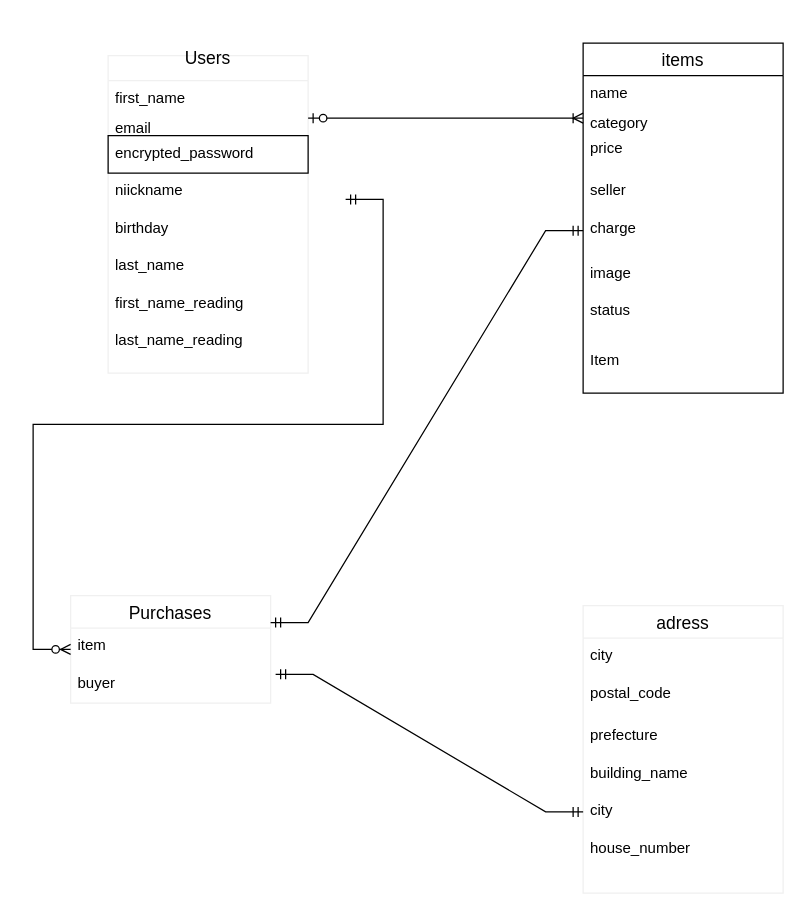
Before: test.dio in 1090dopl/furima-37280, a draw.io diagram. Source tidied: cells renumbered, new cells numbered last; positions are measured from the earlier drawing's top-left corner, leaving out a move shared by most shapes. Both pictures are drawn from the tidied source at 125%, with x=0, y=0 at pixel (70, 42).
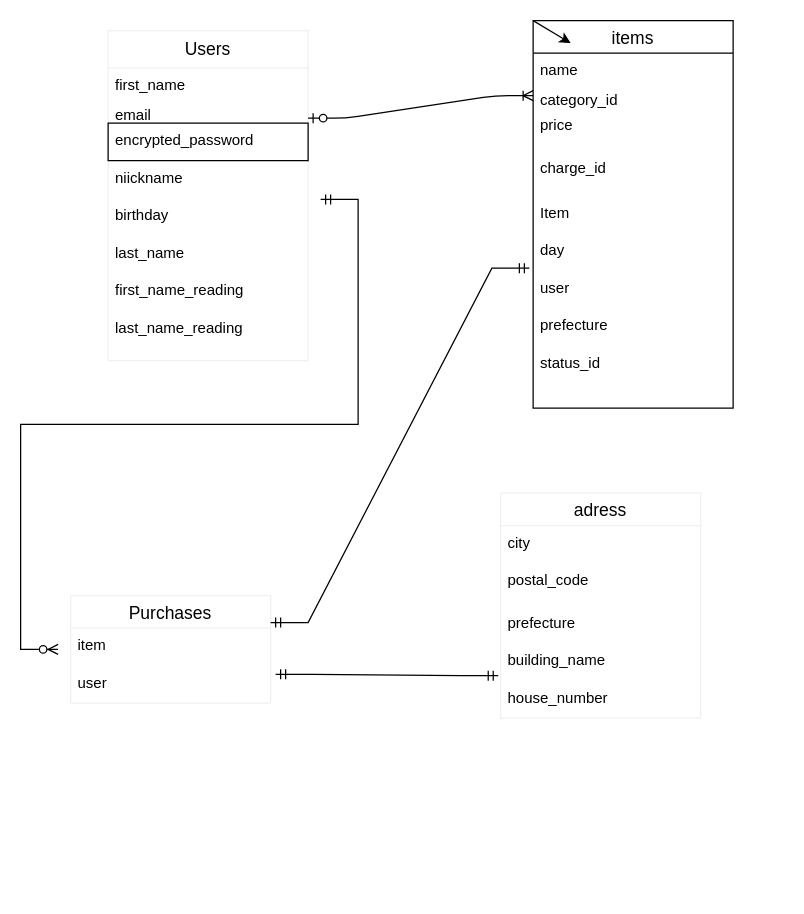
Above is the later version.

The change refers to these unchanged cells:
```xml
<mxCell id="2" value="Purchases" style="swimlane;fontStyle=0;horizontal=1;startSize=26;align=center;fontSize=14;strokeColor=#F0F0F0;strokeWidth=1;fillColor=none;" parent="1" vertex="1">
  <mxGeometry y="442" width="160" height="86" as="geometry" />
</mxCell>
<mxCell id="9" value="building_name" style="text;strokeColor=none;fillColor=none;spacingLeft=4;spacingRight=4;overflow=hidden;points=[[0,0.5],[1,0.5]];portConstraint=eastwest;fontSize=12;labelBackgroundColor=default;" parent="5" vertex="1">
  <mxGeometry y="120" width="160" height="30" as="geometry" />
</mxCell>
```

The edit, as a diff of the source:
```diff
@@
-    <mxCell id="4" value="buyer" style="text;strokeColor=none;fillColor=none;spacingLeft=4;spacingRight=4;overflow=hidden;points=[[0,0.5],[1,0.5]];portConstraint=eastwest;fontSize=12;labelBackgroundColor=default;" parent="2" vertex="1">
+    <mxCell id="4" value="user&#10;" style="text;strokeColor=none;fillColor=none;spacingLeft=4;spacingRight=4;overflow=hidden;points=[[0,0.5],[1,0.5]];portConstraint=eastwest;fontSize=12;labelBackgroundColor=default;" parent="2" vertex="1">
       <mxGeometry y="56" width="160" height="30" as="geometry" />
     </mxCell>
     <mxCell id="5" value="adress" style="swimlane;fontStyle=0;horizontal=1;startSize=26;align=center;fontSize=14;strokeColor=#F0F0F0;strokeWidth=1;fillColor=none;" parent="1" vertex="1">
-      <mxGeometry x="410" y="450" width="160" height="230" as="geometry" />
+      <mxGeometry x="344" y="360" width="160" height="180" as="geometry" />
     </mxCell>
@@
-    <mxCell id="10" value="city" style="text;strokeColor=none;fillColor=none;spacingLeft=4;spacingRight=4;overflow=hidden;points=[[0,0.5],[1,0.5]];portConstraint=eastwest;fontSize=12;" parent="5" vertex="1">
-      <mxGeometry y="150" width="160" height="30" as="geometry" />
-    </mxCell>
     <mxCell id="11" value="house_number" style="text;strokeColor=none;fillColor=none;spacingLeft=4;spacingRight=4;overflow=hidden;fontSize=12;" parent="5" vertex="1">
-      <mxGeometry y="180" width="160" height="50" as="geometry" />
+      <mxGeometry y="150" width="160" height="30" as="geometry" />
     </mxCell>
-    <mxCell id="12" value="Users&#10;" style="swimlane;fontStyle=0;horizontal=1;startSize=20;align=center;fontSize=14;strokeColor=#F0F0F0;strokeWidth=1;fillColor=none;" parent="1" vertex="1">
-      <mxGeometry x="30" y="10" width="160" height="254" as="geometry" />
+    <mxCell id="12" value="Users&#10;" style="swimlane;fontStyle=0;horizontal=1;startSize=30;align=center;fontSize=14;strokeColor=#F0F0F0;strokeWidth=1;fillColor=none;verticalAlign=top;" parent="1" vertex="1">
+      <mxGeometry x="30" y="-10" width="160" height="264" as="geometry" />
     </mxCell>
     <mxCell id="13" value="first_name" style="text;strokeColor=none;fillColor=none;spacingLeft=4;spacingRight=4;overflow=hidden;fontSize=12;" parent="12" vertex="1">
-      <mxGeometry y="20" width="160" height="24" as="geometry" />
+      <mxGeometry y="30" width="160" height="24" as="geometry" />
     </mxCell>
     <mxCell id="14" value="email" style="text;strokeColor=none;fillColor=none;spacingLeft=4;spacingRight=4;overflow=hidden;fontSize=12;" parent="12" vertex="1">
-      <mxGeometry y="44" width="160" height="20" as="geometry" />
+      <mxGeometry y="54" width="160" height="20" as="geometry" />
     </mxCell>
     <mxCell id="15" value="encrypted_password" style="text;strokeColor=default;fillColor=none;spacingLeft=4;spacingRight=4;overflow=hidden;fontSize=12;verticalAlign=top;" parent="12" vertex="1">
-      <mxGeometry y="64" width="160" height="30" as="geometry" />
+      <mxGeometry y="74" width="160" height="30" as="geometry" />
     </mxCell>
     <mxCell id="16" value="niickname" style="text;strokeColor=none;fillColor=none;spacingLeft=4;spacingRight=4;overflow=hidden;fontSize=12;labelBackgroundColor=default;" parent="12" vertex="1">
-      <mxGeometry y="94" width="160" height="30" as="geometry" />
+      <mxGeometry y="104" width="160" height="30" as="geometry" />
     </mxCell>
     <mxCell id="17" value="birthday" style="text;strokeColor=none;fillColor=none;spacingLeft=4;spacingRight=4;overflow=hidden;fontSize=12;labelBackgroundColor=default;" parent="12" vertex="1">
-      <mxGeometry y="124" width="160" height="30" as="geometry" />
+      <mxGeometry y="134" width="160" height="30" as="geometry" />
     </mxCell>
     <mxCell id="18" value="last_name&#10;" style="text;strokeColor=none;fillColor=none;spacingLeft=4;spacingRight=4;overflow=hidden;fontSize=12;labelBackgroundColor=default;" parent="12" vertex="1">
-      <mxGeometry y="154" width="160" height="30" as="geometry" />
+      <mxGeometry y="164" width="160" height="30" as="geometry" />
     </mxCell>
     <mxCell id="19" value="first_name_reading" style="text;strokeColor=none;fillColor=none;spacingLeft=4;spacingRight=4;overflow=hidden;fontSize=12;labelBackgroundColor=default;" parent="12" vertex="1">
-      <mxGeometry y="184" width="160" height="30" as="geometry" />
+      <mxGeometry y="194" width="160" height="30" as="geometry" />
     </mxCell>
     <mxCell id="20" value="last_name_reading" style="text;strokeColor=none;fillColor=none;spacingLeft=4;spacingRight=4;overflow=hidden;fontSize=12;labelBackgroundColor=default;" parent="12" vertex="1">
-      <mxGeometry y="214" width="160" height="40" as="geometry" />
+      <mxGeometry y="224" width="160" height="40" as="geometry" />
     </mxCell>
@@
+    <mxCell id="34" style="edgeStyle=none;rounded=0;html=1;exitX=0;exitY=0;exitDx=0;exitDy=0;targetPerimeterSpacing=1;" parent="1" edge="1" source="22">
+      <mxGeometry relative="1" as="geometry">
+        <mxPoint x="400" as="targetPoint" />
+      </mxGeometry>
+    </mxCell>
     <mxCell id="22" value="items" style="swimlane;fontStyle=0;horizontal=1;startSize=26;align=center;fontSize=14;labelBackgroundColor=default;strokeColor=default;strokeWidth=1;fillColor=none;" parent="1" vertex="1">
-      <mxGeometry x="410" width="160" height="280" as="geometry" />
+      <mxGeometry x="370" y="-18" width="160" height="310" as="geometry" />
     </mxCell>
@@
-    <mxCell id="24" value="category" style="text;strokeColor=none;fillColor=none;spacingLeft=4;spacingRight=4;overflow=hidden;points=[[0,0.5],[1,0.5]];portConstraint=eastwest;fontSize=12;labelBackgroundColor=default;" parent="22" vertex="1">
+    <mxCell id="24" value="category_id" style="text;strokeColor=none;fillColor=none;spacingLeft=4;spacingRight=4;overflow=hidden;points=[[0,0.5],[1,0.5]];portConstraint=eastwest;fontSize=12;labelBackgroundColor=default;" parent="22" vertex="1">
       <mxGeometry y="50" width="160" height="20" as="geometry" />
     </mxCell>
@@
-    <mxCell id="26" value="seller" style="text;strokeColor=none;fillColor=none;spacingLeft=4;spacingRight=4;overflow=hidden;fontSize=12;labelBackgroundColor=default;" parent="22" vertex="1">
-      <mxGeometry y="104" width="160" height="30" as="geometry" />
-    </mxCell>
-    <mxCell id="27" value="charge&#10;" style="text;strokeColor=none;fillColor=none;spacingLeft=4;spacingRight=4;overflow=hidden;fontSize=12;labelBackgroundColor=default;" parent="22" vertex="1">
-      <mxGeometry y="134" width="160" height="36" as="geometry" />
+    <mxCell id="27" value="charge_id&#10;" style="text;strokeColor=none;fillColor=none;spacingLeft=4;spacingRight=4;overflow=hidden;fontSize=12;labelBackgroundColor=default;" parent="22" vertex="1">
+      <mxGeometry y="104" width="160" height="36" as="geometry" />
     </mxCell>
-    <mxCell id="28" value="image&#10;" style="text;strokeColor=none;fillColor=none;spacingLeft=4;spacingRight=4;overflow=hidden;fontSize=12;labelBackgroundColor=default;" parent="22" vertex="1">
-      <mxGeometry y="170" width="160" height="30" as="geometry" />
-    </mxCell>
+    <mxCell id="30" value="Item" style="text;strokeColor=none;fillColor=none;spacingLeft=4;spacingRight=4;overflow=hidden;fontSize=12;labelBackgroundColor=default;" parent="22" vertex="1">
+      <mxGeometry y="140" width="160" height="30" as="geometry" />
+    </mxCell>
+    <mxCell id="35" value="day" style="text;strokeColor=none;fillColor=none;spacingLeft=4;spacingRight=4;overflow=hidden;fontSize=12;labelBackgroundColor=default;" parent="22" vertex="1">
+      <mxGeometry y="170" width="160" height="30" as="geometry" />
+    </mxCell>
+    <mxCell id="36" value="user" style="text;strokeColor=none;fillColor=none;spacingLeft=4;spacingRight=4;overflow=hidden;fontSize=12;labelBackgroundColor=default;" parent="22" vertex="1">
+      <mxGeometry y="200" width="160" height="30" as="geometry" />
+    </mxCell>
+    <mxCell id="37" value="prefecture" style="text;strokeColor=none;fillColor=none;spacingLeft=4;spacingRight=4;overflow=hidden;fontSize=12;labelBackgroundColor=default;" parent="22" vertex="1">
+      <mxGeometry y="230" width="160" height="30" as="geometry" />
+    </mxCell>
-    <mxCell id="29" value="status" style="text;strokeColor=none;fillColor=none;spacingLeft=4;spacingRight=4;overflow=hidden;fontSize=12;labelBackgroundColor=default;" parent="22" vertex="1">
-      <mxGeometry y="200" width="160" height="40" as="geometry" />
+    <mxCell id="29" value="status_id" style="text;strokeColor=none;fillColor=none;spacingLeft=4;spacingRight=4;overflow=hidden;fontSize=12;labelBackgroundColor=default;" parent="22" vertex="1">
+      <mxGeometry y="260" width="160" height="50" as="geometry" />
     </mxCell>
-    <mxCell id="30" value="Item" style="text;strokeColor=none;fillColor=none;spacingLeft=4;spacingRight=4;overflow=hidden;fontSize=12;labelBackgroundColor=default;" parent="22" vertex="1">
-      <mxGeometry y="240" width="160" height="40" as="geometry" />
-    </mxCell>
-    <mxCell id="31" style="edgeStyle=entityRelationEdgeStyle;fontSize=12;html=1;endArrow=ERmandOne;startArrow=ERmandOne;rounded=0;entryX=0;entryY=0.5;entryDx=0;entryDy=0;exitX=1.025;exitY=0.233;exitDx=0;exitDy=0;exitPerimeter=0;" parent="1" edge="1" source="4" target="10">
+    <mxCell id="31" style="edgeStyle=entityRelationEdgeStyle;fontSize=12;html=1;endArrow=ERmandOne;startArrow=ERmandOne;rounded=0;entryX=-0.012;entryY=0.867;entryDx=0;entryDy=0;exitX=1.025;exitY=0.233;exitDx=0;exitDy=0;exitPerimeter=0;entryPerimeter=0;" parent="1" edge="1" source="4" target="9">
       <mxGeometry relative="1" as="geometry" />
     </mxCell>
     <mxCell id="32" style="edgeStyle=entityRelationEdgeStyle;fontSize=12;html=1;endArrow=ERzeroToMany;startArrow=ERmandOne;targetPerimeterSpacing=1;rounded=0;" parent="1" edge="1">
       <mxGeometry relative="1" as="geometry">
-        <mxPoint x="220" y="125" as="sourcePoint" />
-        <mxPoint y="485" as="targetPoint" />
+        <mxPoint x="200" y="125" as="sourcePoint" />
+        <mxPoint x="-10" y="485" as="targetPoint" />
       </mxGeometry>
     </mxCell>
-    <mxCell id="33" style="edgeStyle=entityRelationEdgeStyle;fontSize=12;html=1;endArrow=ERmandOne;startArrow=ERmandOne;rounded=0;targetPerimeterSpacing=1;exitX=1;exitY=0.25;exitDx=0;exitDy=0;" parent="1" edge="1" source="2">
+    <mxCell id="33" style="edgeStyle=entityRelationEdgeStyle;fontSize=12;html=1;endArrow=ERmandOne;startArrow=ERmandOne;rounded=0;targetPerimeterSpacing=1;exitX=1;exitY=0.25;exitDx=0;exitDy=0;entryX=-0.019;entryY=0.933;entryDx=0;entryDy=0;entryPerimeter=0;" parent="1" edge="1" source="2">
       <mxGeometry relative="1" as="geometry">
-        <mxPoint x="410" y="150" as="targetPoint" />
+        <mxPoint x="367" y="180" as="targetPoint" />
       </mxGeometry>
     </mxCell>
```
